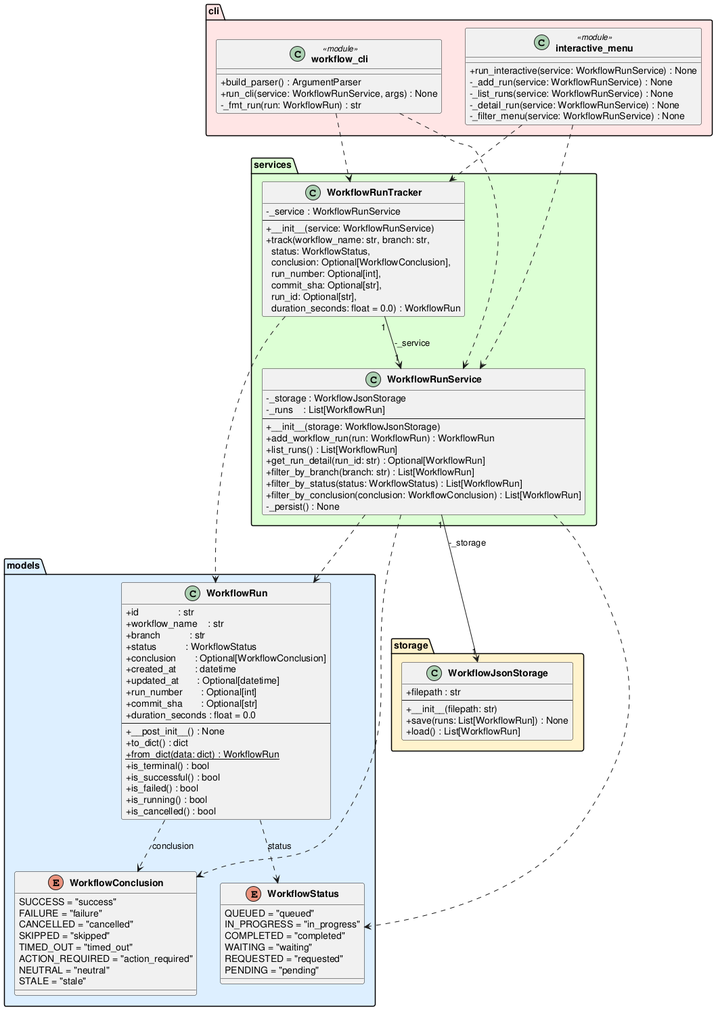
Before: experiments/pipeline/user_stories/github-workflow-manager/artifacts/class_diagram.png, a diagram exported from PlantUML (DanielRiha8906/Software_autoevolution_using_agents).
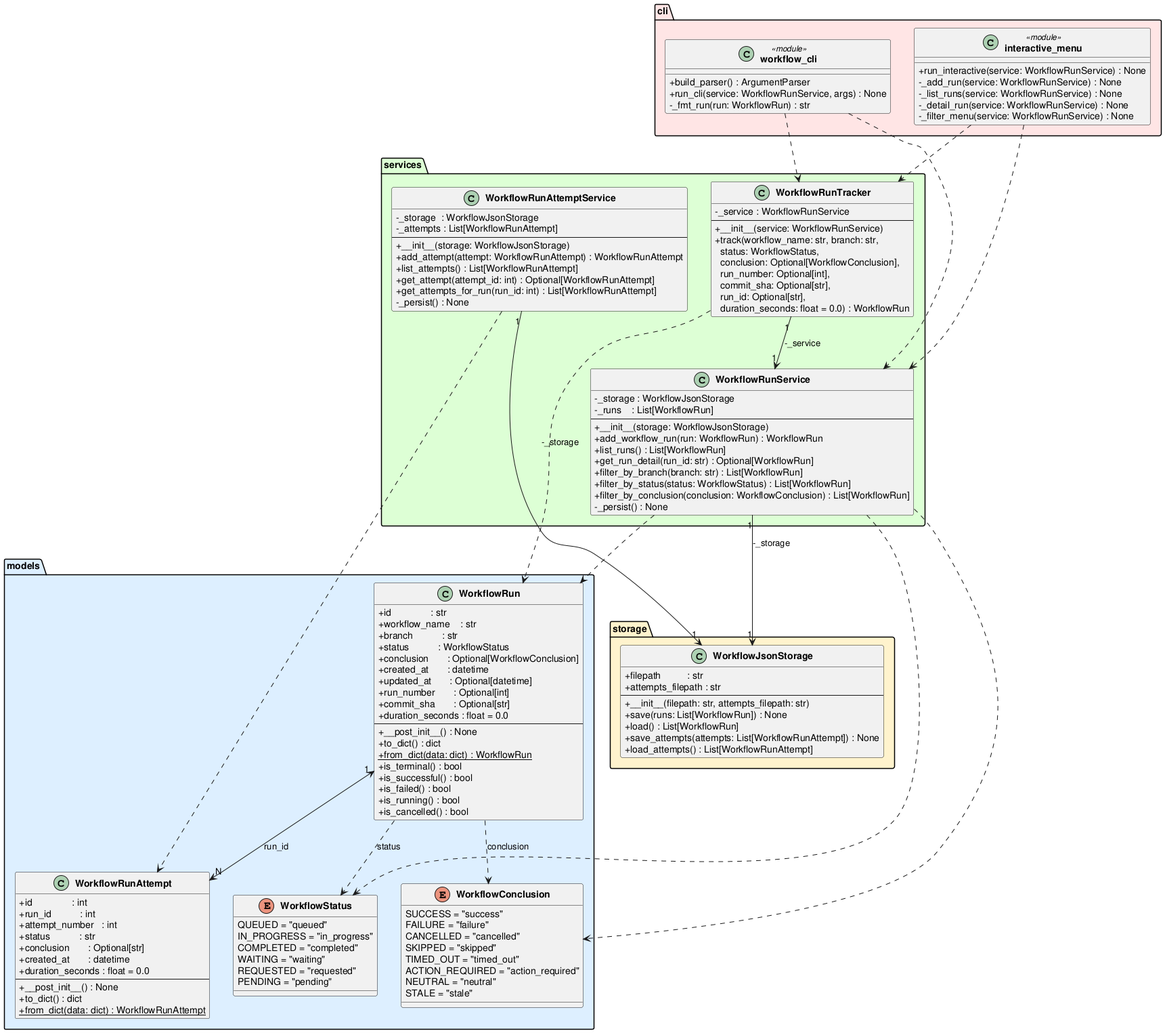
The same diagram one commit later.

Change to the diagram source:
```diff
@@ -45,15 +45,32 @@
         +is_running() : bool
         +is_cancelled() : bool
     }
+
+    class WorkflowRunAttempt {
+        +id               : int
+        +run_id           : int
+        +attempt_number   : int
+        +status           : str
+        +conclusion       : Optional[str]
+        +created_at       : datetime
+        +duration_seconds : float = 0.0
+        --
+        +__post_init__() : None
+        +to_dict() : dict
+        +{static} from_dict(data: dict) : WorkflowRunAttempt
+    }
 }
 
 package "storage" #FFF3CC {
     class WorkflowJsonStorage {
-        +filepath : str
+        +filepath          : str
+        +attempts_filepath : str
         --
-        +__init__(filepath: str)
+        +__init__(filepath: str, attempts_filepath: str)
         +save(runs: List[WorkflowRun]) : None
         +load() : List[WorkflowRun]
+        +save_attempts(attempts: List[WorkflowRunAttempt]) : None
+        +load_attempts() : List[WorkflowRunAttempt]
     }
 }
 
@@ -69,6 +86,18 @@
         +filter_by_branch(branch: str) : List[WorkflowRun]
         +filter_by_status(status: WorkflowStatus) : List[WorkflowRun]
         +filter_by_conclusion(conclusion: WorkflowConclusion) : List[WorkflowRun]
+        -_persist() : None
+    }
+
+    class WorkflowRunAttemptService {
+        -_storage  : WorkflowJsonStorage
+        -_attempts : List[WorkflowRunAttempt]
+        --
+        +__init__(storage: WorkflowJsonStorage)
+        +add_attempt(attempt: WorkflowRunAttempt) : WorkflowRunAttempt
+        +list_attempts() : List[WorkflowRunAttempt]
+        +get_attempt(attempt_id: int) : Optional[WorkflowRunAttempt]
+        +get_attempts_for_run(run_id: int) : List[WorkflowRunAttempt]
         -_persist() : None
     }
 
@@ -96,17 +125,20 @@
     }
 }
 
-WorkflowRun                ..>  WorkflowStatus        : status
-WorkflowRun                ..>  WorkflowConclusion    : conclusion
-WorkflowRunService    "1" --> "1" WorkflowJsonStorage : -_storage
-WorkflowRunService         ..>  WorkflowRun
-WorkflowRunService         ..>  WorkflowStatus
-WorkflowRunService         ..>  WorkflowConclusion
-WorkflowRunTracker    "1" --> "1" WorkflowRunService  : -_service
-WorkflowRunTracker         ..>  WorkflowRun
-"workflow_cli"             ..>  WorkflowRunService
-"workflow_cli"             ..>  WorkflowRunTracker
-"interactive_menu"         ..>  WorkflowRunService
-"interactive_menu"         ..>  WorkflowRunTracker
+WorkflowRun                   ..>  WorkflowStatus        : status
+WorkflowRun                   ..>  WorkflowConclusion    : conclusion
+WorkflowRun         "1" <--> "N" WorkflowRunAttempt     : run_id
+WorkflowRunService      "1" --> "1" WorkflowJsonStorage : -_storage
+WorkflowRunService           ..>  WorkflowRun
+WorkflowRunService           ..>  WorkflowStatus
+WorkflowRunService           ..>  WorkflowConclusion
+WorkflowRunAttemptService    "1" --> "1" WorkflowJsonStorage : -_storage
+WorkflowRunAttemptService         ..>  WorkflowRunAttempt
+WorkflowRunTracker      "1" --> "1" WorkflowRunService  : -_service
+WorkflowRunTracker           ..>  WorkflowRun
+"workflow_cli"               ..>  WorkflowRunService
+"workflow_cli"               ..>  WorkflowRunTracker
+"interactive_menu"           ..>  WorkflowRunService
+"interactive_menu"           ..>  WorkflowRunTracker
 
 @enduml
```
